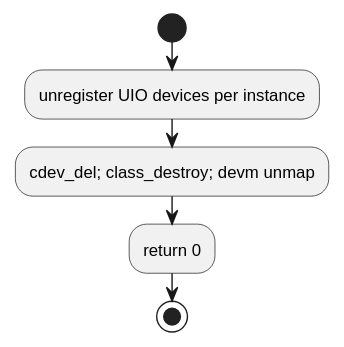
Earlier version of the PlantUML export c1_sdd_linux-ipcs/cursor_tmp/flow_svgs/linux_6_4_26_ipcsShmUioRemove.svg (Mastang1/sad_sdd_proj). Source of this version:
```plantuml
@startuml
!pragma layout smetana
skinparam conditionStyle insideDiamond
skinparam linetype ortho
start
:unregister UIO devices per instance;
:cdev_del; class_destroy; devm unmap;
:return 0;
stop
@enduml
```
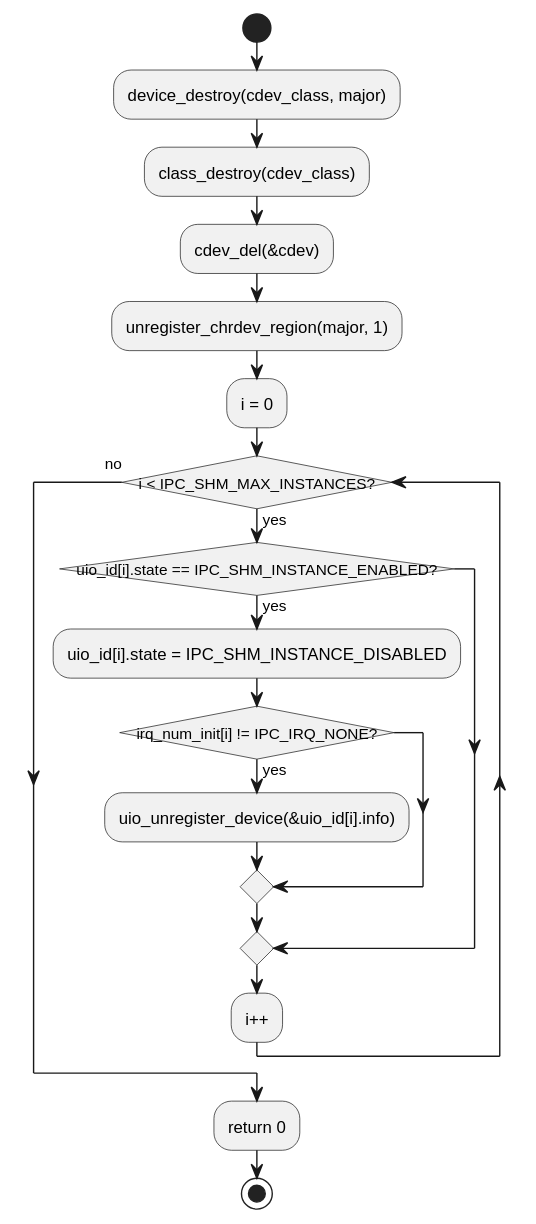
Later version of the same file.

Change to the diagram source:
```diff
@@ -3,8 +3,20 @@
 skinparam conditionStyle insideDiamond
 skinparam linetype ortho
 start
-:unregister UIO devices per instance;
-:cdev_del; class_destroy; devm unmap;
+:device_destroy(cdev_class, major);
+:class_destroy(cdev_class);
+:cdev_del(&cdev);
+:unregister_chrdev_region(major, 1);
+:i = 0;
+while (i < IPC_SHM_MAX_INSTANCES?) is (yes)
+    if (uio_id[i].state == IPC_SHM_INSTANCE_ENABLED?) then (yes)
+    :uio_id[i].state = IPC_SHM_INSTANCE_DISABLED;
+    if (irq_num_init[i] != IPC_IRQ_NONE?) then (yes)
+      :uio_unregister_device(&uio_id[i].info);
+    endif
+  endif
+  :i++;
+endwhile (no)
 :return 0;
 stop
 @enduml
```
